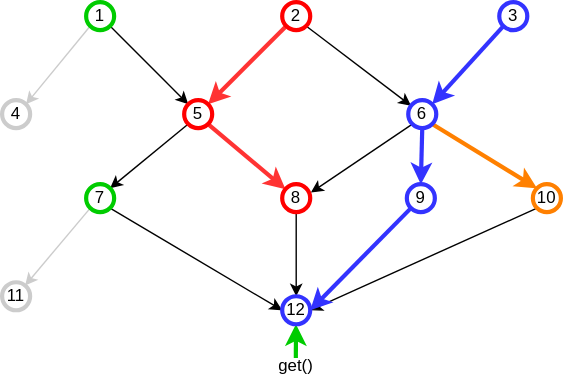
The draw.io diagram doc/thread_flow.svg in eBay/bascomtask, before a commit. Source tidied: cells renumbered, new cells last; positions are measured from the earlier drawing's top-left corner, leaving out a move shared by most shapes. The source it was exported from:
```xml
<mxGraphModel>
  <root>
    <mxCell id="0" />
    <mxCell id="1" parent="0" />
    <mxCell id="2" style="edgeStyle=none;rounded=0;jettySize=auto;html=1;exitX=0;exitY=1;exitDx=0;exitDy=0;strokeWidth=1;" parent="1" edge="1" source="28">
      <mxGeometry relative="1" as="geometry">
        <mxPoint x="220" y="220" as="targetPoint" />
      </mxGeometry>
    </mxCell>
    <mxCell id="3" style="edgeStyle=none;rounded=0;jettySize=auto;html=1;exitX=1;exitY=1;exitDx=0;exitDy=0;entryX=0;entryY=0;entryDx=0;entryDy=0;strokeWidth=1;strokeColor=#000000;fillColor=#00CC00;" parent="1" edge="1" source="17" target="19">
      <mxGeometry relative="1" as="geometry" />
    </mxCell>
    <mxCell id="4" value="4" style="ellipse;whiteSpace=wrap;html=1;strokeWidth=3;strokeColor=#CCCCCC;" parent="1" vertex="1">
      <mxGeometry y="70" width="20" height="20" as="geometry" />
    </mxCell>
    <mxCell id="5" value="11" style="ellipse;whiteSpace=wrap;html=1;strokeWidth=3;strokeColor=#CCCCCC;" parent="1" vertex="1">
      <mxGeometry y="200" width="20" height="20" as="geometry" />
    </mxCell>
    <mxCell id="6" value="3" style="ellipse;whiteSpace=wrap;html=1;strokeWidth=3;strokeColor=#3333FF;" parent="1" vertex="1">
      <mxGeometry x="355" width="20" height="20" as="geometry" />
    </mxCell>
    <mxCell id="7" style="edgeStyle=none;rounded=0;jettySize=auto;html=1;exitX=0;exitY=1;exitDx=0;exitDy=0;entryX=1;entryY=0;entryDx=0;entryDy=0;strokeWidth=3;strokeColor=#FF3333;" parent="1" edge="1" source="18" target="19">
      <mxGeometry relative="1" as="geometry" />
    </mxCell>
    <mxCell id="8" style="edgeStyle=none;rounded=0;jettySize=auto;html=1;exitX=1;exitY=1;exitDx=0;exitDy=0;strokeWidth=1;" parent="1" edge="1" source="18" target="30">
      <mxGeometry relative="1" as="geometry" />
    </mxCell>
    <mxCell id="9" style="edgeStyle=none;rounded=0;jettySize=auto;html=1;exitX=0;exitY=1;exitDx=0;exitDy=0;entryX=1;entryY=0;entryDx=0;entryDy=0;strokeWidth=3;strokeColor=#3333FF;" parent="1" edge="1" source="6" target="30">
      <mxGeometry relative="1" as="geometry" />
    </mxCell>
    <mxCell id="10" style="edgeStyle=none;rounded=0;jettySize=auto;html=1;exitX=0;exitY=1;exitDx=0;exitDy=0;entryX=1;entryY=0;entryDx=0;entryDy=0;strokeWidth=1;strokeColor=#CCCCCC;" parent="1" edge="1" source="17" target="4">
      <mxGeometry relative="1" as="geometry" />
    </mxCell>
    <mxCell id="11" style="edgeStyle=none;rounded=0;jettySize=auto;html=1;exitX=1;exitY=1;exitDx=0;exitDy=0;strokeWidth=3;strokeColor=#FF3333;" parent="1" edge="1" source="19" target="20">
      <mxGeometry relative="1" as="geometry" />
    </mxCell>
    <mxCell id="12" style="edgeStyle=none;rounded=0;jettySize=auto;html=1;exitX=0;exitY=1;exitDx=0;exitDy=0;entryX=1.025;entryY=0.3;entryDx=0;entryDy=0;entryPerimeter=0;strokeWidth=1;" parent="1" edge="1" source="30" target="20">
      <mxGeometry relative="1" as="geometry" />
    </mxCell>
    <mxCell id="13" style="edgeStyle=none;rounded=0;jettySize=auto;html=1;exitX=0;exitY=1;exitDx=0;exitDy=0;entryX=1;entryY=0;entryDx=0;entryDy=0;strokeWidth=1;fillColor=#00CC00;" parent="1" edge="1" source="19" target="21">
      <mxGeometry relative="1" as="geometry" />
    </mxCell>
    <mxCell id="14" style="edgeStyle=none;rounded=0;jettySize=auto;html=1;exitX=0;exitY=1;exitDx=0;exitDy=0;strokeWidth=1;strokeColor=#CCCCCC;" parent="1" edge="1" source="21" target="5">
      <mxGeometry relative="1" as="geometry" />
    </mxCell>
    <mxCell id="15" style="edgeStyle=none;rounded=0;jettySize=auto;html=1;exitX=1;exitY=1;exitDx=0;exitDy=0;entryX=0;entryY=0.5;entryDx=0;entryDy=0;strokeWidth=1;fillColor=#00CC00;" parent="1" edge="1" source="21" target="25">
      <mxGeometry relative="1" as="geometry" />
    </mxCell>
    <mxCell id="16" style="edgeStyle=none;rounded=0;jettySize=auto;html=1;exitX=0.5;exitY=1;exitDx=0;exitDy=0;entryX=0.5;entryY=0;entryDx=0;entryDy=0;strokeWidth=1;" parent="1" edge="1" source="20" target="25">
      <mxGeometry relative="1" as="geometry" />
    </mxCell>
    <mxCell id="17" value="1" style="ellipse;whiteSpace=wrap;html=1;strokeWidth=3;strokeColor=#00CC00;" parent="1" vertex="1">
      <mxGeometry x="60" width="20" height="20" as="geometry" />
    </mxCell>
    <mxCell id="18" value="2" style="ellipse;whiteSpace=wrap;html=1;strokeWidth=3;strokeColor=#FF0000;" parent="1" vertex="1">
      <mxGeometry x="200" width="20" height="20" as="geometry" />
    </mxCell>
    <mxCell id="19" value="5" style="ellipse;whiteSpace=wrap;html=1;strokeWidth=3;strokeColor=#FF0000;" parent="1" vertex="1">
      <mxGeometry x="130" y="70" width="20" height="20" as="geometry" />
    </mxCell>
    <mxCell id="20" value="8" style="ellipse;whiteSpace=wrap;html=1;strokeWidth=3;strokeColor=#FF0000;" parent="1" vertex="1">
      <mxGeometry x="200" y="130" width="20" height="20" as="geometry" />
    </mxCell>
    <mxCell id="21" value="7" style="ellipse;whiteSpace=wrap;html=1;strokeWidth=3;strokeColor=#00CC00;" parent="1" vertex="1">
      <mxGeometry x="60" y="130" width="20" height="20" as="geometry" />
    </mxCell>
    <mxCell id="22" style="edgeStyle=none;rounded=0;jettySize=auto;html=1;exitX=0.5;exitY=1;exitDx=0;exitDy=0;entryX=0.5;entryY=0;entryDx=0;entryDy=0;strokeWidth=3;strokeColor=#3333FF;" parent="1" edge="1" source="30" target="27">
      <mxGeometry relative="1" as="geometry" />
    </mxCell>
    <mxCell id="23" style="edgeStyle=none;rounded=0;orthogonalLoop=1;jettySize=auto;html=1;entryX=1;entryY=0;entryDx=0;entryDy=0;strokeWidth=3;fillColor=#00CC00;strokeColor=#00CC00;" parent="1" edge="1">
      <mxGeometry relative="1" as="geometry">
        <mxPoint x="209.8" y="254.1" as="sourcePoint" />
        <mxPoint x="209.8" y="230" as="targetPoint" />
      </mxGeometry>
    </mxCell>
    <mxCell id="24" value="get()" style="text;html=1;strokeColor=none;fillColor=none;align=center;verticalAlign=middle;whiteSpace=wrap;rounded=0;" parent="1" vertex="1">
      <mxGeometry x="190" y="250" width="40" height="20" as="geometry" />
    </mxCell>
    <mxCell id="25" value="12" style="ellipse;whiteSpace=wrap;html=1;strokeWidth=3;strokeColor=#3333FF;" parent="1" vertex="1">
      <mxGeometry x="200" y="210" width="20" height="20" as="geometry" />
    </mxCell>
    <mxCell id="26" style="edgeStyle=none;rounded=0;jettySize=auto;html=1;exitX=0;exitY=1;exitDx=0;exitDy=0;strokeWidth=3;entryX=1;entryY=0.5;entryDx=0;entryDy=0;strokeColor=#3333FF;" parent="1" edge="1" source="27" target="25">
      <mxGeometry relative="1" as="geometry" />
    </mxCell>
    <mxCell id="27" value="9" style="ellipse;whiteSpace=wrap;html=1;strokeWidth=3;strokeColor=#3333FF;" parent="1" vertex="1">
      <mxGeometry x="289" y="130" width="20" height="20" as="geometry" />
    </mxCell>
    <mxCell id="28" value="10" style="ellipse;whiteSpace=wrap;html=1;strokeWidth=3;strokeColor=#FF8000;" parent="1" vertex="1">
      <mxGeometry x="379" y="130" width="20" height="20" as="geometry" />
    </mxCell>
    <mxCell id="29" style="edgeStyle=none;rounded=0;jettySize=auto;html=1;exitX=1;exitY=1;exitDx=0;exitDy=0;entryX=0;entryY=0;entryDx=0;entryDy=0;strokeWidth=3;strokeColor=#FF8000;" parent="1" edge="1" source="30" target="28">
      <mxGeometry relative="1" as="geometry" />
    </mxCell>
    <mxCell id="30" value="6" style="ellipse;whiteSpace=wrap;html=1;strokeWidth=3;strokeColor=#3333FF;" parent="1" vertex="1">
      <mxGeometry x="290" y="70" width="20" height="20" as="geometry" />
    </mxCell>
  </root>
</mxGraphModel>
```
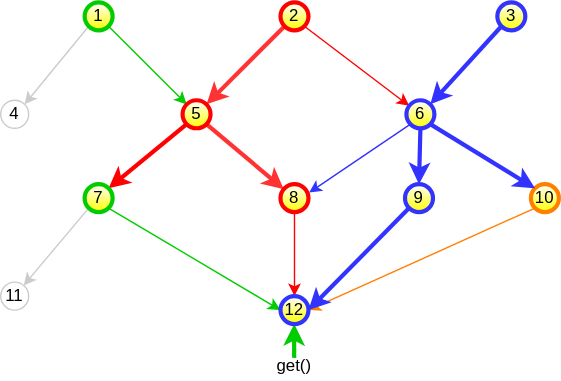
Above is the later version.

The edit, as a diff of the source:
```diff
@@ -2,27 +2,27 @@
   <root>
     <mxCell id="0" />
     <mxCell id="1" parent="0" />
-    <mxCell id="2" style="edgeStyle=none;rounded=0;jettySize=auto;html=1;exitX=0;exitY=1;exitDx=0;exitDy=0;strokeWidth=1;" parent="1" edge="1" source="28">
+    <mxCell id="2" style="edgeStyle=none;rounded=0;jettySize=auto;html=1;exitX=0;exitY=1;exitDx=0;exitDy=0;strokeWidth=1;strokeColor=#FF8000;" parent="1" edge="1" source="28">
       <mxGeometry relative="1" as="geometry">
         <mxPoint x="220" y="220" as="targetPoint" />
       </mxGeometry>
     </mxCell>
-    <mxCell id="3" style="edgeStyle=none;rounded=0;jettySize=auto;html=1;exitX=1;exitY=1;exitDx=0;exitDy=0;entryX=0;entryY=0;entryDx=0;entryDy=0;strokeWidth=1;strokeColor=#000000;fillColor=#00CC00;" parent="1" edge="1" source="17" target="19">
+    <mxCell id="3" style="edgeStyle=none;rounded=0;jettySize=auto;html=1;exitX=1;exitY=1;exitDx=0;exitDy=0;entryX=0;entryY=0;entryDx=0;entryDy=0;strokeWidth=1;fillColor=#00CC00;strokeColor=#00CC00;" parent="1" edge="1" source="17" target="19">
       <mxGeometry relative="1" as="geometry" />
     </mxCell>
-    <mxCell id="4" value="4" style="ellipse;whiteSpace=wrap;html=1;strokeWidth=3;strokeColor=#CCCCCC;" parent="1" vertex="1">
+    <mxCell id="4" value="4" style="ellipse;whiteSpace=wrap;html=1;strokeWidth=1;strokeColor=#CCCCCC;" parent="1" vertex="1">
       <mxGeometry y="70" width="20" height="20" as="geometry" />
     </mxCell>
-    <mxCell id="5" value="11" style="ellipse;whiteSpace=wrap;html=1;strokeWidth=3;strokeColor=#CCCCCC;" parent="1" vertex="1">
+    <mxCell id="5" value="11" style="ellipse;whiteSpace=wrap;html=1;strokeWidth=1;strokeColor=#CCCCCC;" parent="1" vertex="1">
       <mxGeometry y="200" width="20" height="20" as="geometry" />
     </mxCell>
-    <mxCell id="6" value="3" style="ellipse;whiteSpace=wrap;html=1;strokeWidth=3;strokeColor=#3333FF;" parent="1" vertex="1">
+    <mxCell id="6" value="3" style="ellipse;whiteSpace=wrap;html=1;strokeWidth=3;strokeColor=#3333FF;gradientColor=#FFFF00;" parent="1" vertex="1">
       <mxGeometry x="355" width="20" height="20" as="geometry" />
     </mxCell>
     <mxCell id="7" style="edgeStyle=none;rounded=0;jettySize=auto;html=1;exitX=0;exitY=1;exitDx=0;exitDy=0;entryX=1;entryY=0;entryDx=0;entryDy=0;strokeWidth=3;strokeColor=#FF3333;" parent="1" edge="1" source="18" target="19">
       <mxGeometry relative="1" as="geometry" />
     </mxCell>
-    <mxCell id="8" style="edgeStyle=none;rounded=0;jettySize=auto;html=1;exitX=1;exitY=1;exitDx=0;exitDy=0;strokeWidth=1;" parent="1" edge="1" source="18" target="30">
+    <mxCell id="8" style="edgeStyle=none;rounded=0;jettySize=auto;html=1;exitX=1;exitY=1;exitDx=0;exitDy=0;strokeWidth=1;strokeColor=#FF0000;" parent="1" edge="1" source="18" target="30">
       <mxGeometry relative="1" as="geometry" />
     </mxCell>
     <mxCell id="9" style="edgeStyle=none;rounded=0;jettySize=auto;html=1;exitX=0;exitY=1;exitDx=0;exitDy=0;entryX=1;entryY=0;entryDx=0;entryDy=0;strokeWidth=3;strokeColor=#3333FF;" parent="1" edge="1" source="6" target="30">
@@ -34,34 +34,34 @@
     <mxCell id="11" style="edgeStyle=none;rounded=0;jettySize=auto;html=1;exitX=1;exitY=1;exitDx=0;exitDy=0;strokeWidth=3;strokeColor=#FF3333;" parent="1" edge="1" source="19" target="20">
       <mxGeometry relative="1" as="geometry" />
     </mxCell>
-    <mxCell id="12" style="edgeStyle=none;rounded=0;jettySize=auto;html=1;exitX=0;exitY=1;exitDx=0;exitDy=0;entryX=1.025;entryY=0.3;entryDx=0;entryDy=0;entryPerimeter=0;strokeWidth=1;" parent="1" edge="1" source="30" target="20">
+    <mxCell id="12" style="edgeStyle=none;rounded=0;jettySize=auto;html=1;exitX=0;exitY=1;exitDx=0;exitDy=0;entryX=1.025;entryY=0.3;entryDx=0;entryDy=0;entryPerimeter=0;strokeWidth=1;strokeColor=#3333FF;" parent="1" edge="1" source="30" target="20">
       <mxGeometry relative="1" as="geometry" />
     </mxCell>
-    <mxCell id="13" style="edgeStyle=none;rounded=0;jettySize=auto;html=1;exitX=0;exitY=1;exitDx=0;exitDy=0;entryX=1;entryY=0;entryDx=0;entryDy=0;strokeWidth=1;fillColor=#00CC00;" parent="1" edge="1" source="19" target="21">
+    <mxCell id="13" style="edgeStyle=none;rounded=0;jettySize=auto;html=1;exitX=0;exitY=1;exitDx=0;exitDy=0;entryX=1;entryY=0;entryDx=0;entryDy=0;strokeWidth=3;fillColor=#00CC00;strokeColor=#FF0000;" parent="1" edge="1" source="19" target="21">
       <mxGeometry relative="1" as="geometry" />
     </mxCell>
     <mxCell id="14" style="edgeStyle=none;rounded=0;jettySize=auto;html=1;exitX=0;exitY=1;exitDx=0;exitDy=0;strokeWidth=1;strokeColor=#CCCCCC;" parent="1" edge="1" source="21" target="5">
       <mxGeometry relative="1" as="geometry" />
     </mxCell>
-    <mxCell id="15" style="edgeStyle=none;rounded=0;jettySize=auto;html=1;exitX=1;exitY=1;exitDx=0;exitDy=0;entryX=0;entryY=0.5;entryDx=0;entryDy=0;strokeWidth=1;fillColor=#00CC00;" parent="1" edge="1" source="21" target="25">
+    <mxCell id="15" style="edgeStyle=none;rounded=0;jettySize=auto;html=1;exitX=1;exitY=1;exitDx=0;exitDy=0;entryX=0;entryY=0.5;entryDx=0;entryDy=0;strokeWidth=1;fillColor=#00CC00;strokeColor=#00CC00;" parent="1" edge="1" source="21" target="25">
       <mxGeometry relative="1" as="geometry" />
     </mxCell>
-    <mxCell id="16" style="edgeStyle=none;rounded=0;jettySize=auto;html=1;exitX=0.5;exitY=1;exitDx=0;exitDy=0;entryX=0.5;entryY=0;entryDx=0;entryDy=0;strokeWidth=1;" parent="1" edge="1" source="20" target="25">
+    <mxCell id="16" style="edgeStyle=none;rounded=0;jettySize=auto;html=1;exitX=0.5;exitY=1;exitDx=0;exitDy=0;entryX=0.5;entryY=0;entryDx=0;entryDy=0;strokeWidth=1;strokeColor=#FF0000;" parent="1" edge="1" source="20" target="25">
       <mxGeometry relative="1" as="geometry" />
     </mxCell>
-    <mxCell id="17" value="1" style="ellipse;whiteSpace=wrap;html=1;strokeWidth=3;strokeColor=#00CC00;" parent="1" vertex="1">
+    <mxCell id="17" value="1" style="ellipse;whiteSpace=wrap;html=1;strokeWidth=3;strokeColor=#00CC00;gradientColor=#FFFF00;" parent="1" vertex="1">
       <mxGeometry x="60" width="20" height="20" as="geometry" />
     </mxCell>
-    <mxCell id="18" value="2" style="ellipse;whiteSpace=wrap;html=1;strokeWidth=3;strokeColor=#FF0000;" parent="1" vertex="1">
+    <mxCell id="18" value="2" style="ellipse;whiteSpace=wrap;html=1;strokeWidth=3;strokeColor=#FF0000;gradientColor=#FFFF00;" parent="1" vertex="1">
       <mxGeometry x="200" width="20" height="20" as="geometry" />
     </mxCell>
-    <mxCell id="19" value="5" style="ellipse;whiteSpace=wrap;html=1;strokeWidth=3;strokeColor=#FF0000;" parent="1" vertex="1">
+    <mxCell id="19" value="5" style="ellipse;whiteSpace=wrap;html=1;strokeWidth=3;strokeColor=#FF0000;gradientColor=#FFFF00;" parent="1" vertex="1">
       <mxGeometry x="130" y="70" width="20" height="20" as="geometry" />
     </mxCell>
-    <mxCell id="20" value="8" style="ellipse;whiteSpace=wrap;html=1;strokeWidth=3;strokeColor=#FF0000;" parent="1" vertex="1">
+    <mxCell id="20" value="8" style="ellipse;whiteSpace=wrap;html=1;strokeWidth=3;strokeColor=#FF0000;gradientColor=#FFFF00;" parent="1" vertex="1">
       <mxGeometry x="200" y="130" width="20" height="20" as="geometry" />
     </mxCell>
-    <mxCell id="21" value="7" style="ellipse;whiteSpace=wrap;html=1;strokeWidth=3;strokeColor=#00CC00;" parent="1" vertex="1">
+    <mxCell id="21" value="7" style="ellipse;whiteSpace=wrap;html=1;strokeWidth=3;strokeColor=#00CC00;gradientColor=#FFFF00;" parent="1" vertex="1">
       <mxGeometry x="60" y="130" width="20" height="20" as="geometry" />
     </mxCell>
     <mxCell id="22" style="edgeStyle=none;rounded=0;jettySize=auto;html=1;exitX=0.5;exitY=1;exitDx=0;exitDy=0;entryX=0.5;entryY=0;entryDx=0;entryDy=0;strokeWidth=3;strokeColor=#3333FF;" parent="1" edge="1" source="30" target="27">
@@ -76,22 +76,22 @@
     <mxCell id="24" value="get()" style="text;html=1;strokeColor=none;fillColor=none;align=center;verticalAlign=middle;whiteSpace=wrap;rounded=0;" parent="1" vertex="1">
       <mxGeometry x="190" y="250" width="40" height="20" as="geometry" />
     </mxCell>
-    <mxCell id="25" value="12" style="ellipse;whiteSpace=wrap;html=1;strokeWidth=3;strokeColor=#3333FF;" parent="1" vertex="1">
+    <mxCell id="25" value="12" style="ellipse;whiteSpace=wrap;html=1;strokeWidth=3;strokeColor=#3333FF;gradientColor=#FFFF00;" parent="1" vertex="1">
       <mxGeometry x="200" y="210" width="20" height="20" as="geometry" />
     </mxCell>
     <mxCell id="26" style="edgeStyle=none;rounded=0;jettySize=auto;html=1;exitX=0;exitY=1;exitDx=0;exitDy=0;strokeWidth=3;entryX=1;entryY=0.5;entryDx=0;entryDy=0;strokeColor=#3333FF;" parent="1" edge="1" source="27" target="25">
       <mxGeometry relative="1" as="geometry" />
     </mxCell>
-    <mxCell id="27" value="9" style="ellipse;whiteSpace=wrap;html=1;strokeWidth=3;strokeColor=#3333FF;" parent="1" vertex="1">
+    <mxCell id="27" value="9" style="ellipse;whiteSpace=wrap;html=1;strokeWidth=3;strokeColor=#3333FF;gradientColor=#FFFF00;" parent="1" vertex="1">
       <mxGeometry x="289" y="130" width="20" height="20" as="geometry" />
     </mxCell>
-    <mxCell id="28" value="10" style="ellipse;whiteSpace=wrap;html=1;strokeWidth=3;strokeColor=#FF8000;" parent="1" vertex="1">
+    <mxCell id="28" value="10" style="ellipse;whiteSpace=wrap;html=1;strokeWidth=3;strokeColor=#FF8000;gradientColor=#FFFF00;" parent="1" vertex="1">
       <mxGeometry x="379" y="130" width="20" height="20" as="geometry" />
     </mxCell>
-    <mxCell id="29" style="edgeStyle=none;rounded=0;jettySize=auto;html=1;exitX=1;exitY=1;exitDx=0;exitDy=0;entryX=0;entryY=0;entryDx=0;entryDy=0;strokeWidth=3;strokeColor=#FF8000;" parent="1" edge="1" source="30" target="28">
+    <mxCell id="29" style="edgeStyle=none;rounded=0;jettySize=auto;html=1;exitX=1;exitY=1;exitDx=0;exitDy=0;entryX=0;entryY=0;entryDx=0;entryDy=0;strokeWidth=3;strokeColor=#3333FF;" parent="1" edge="1" source="30" target="28">
       <mxGeometry relative="1" as="geometry" />
     </mxCell>
-    <mxCell id="30" value="6" style="ellipse;whiteSpace=wrap;html=1;strokeWidth=3;strokeColor=#3333FF;" parent="1" vertex="1">
+    <mxCell id="30" value="6" style="ellipse;whiteSpace=wrap;html=1;strokeWidth=3;strokeColor=#3333FF;gradientColor=#FFFF00;" parent="1" vertex="1">
       <mxGeometry x="290" y="70" width="20" height="20" as="geometry" />
     </mxCell>
   </root>
```
